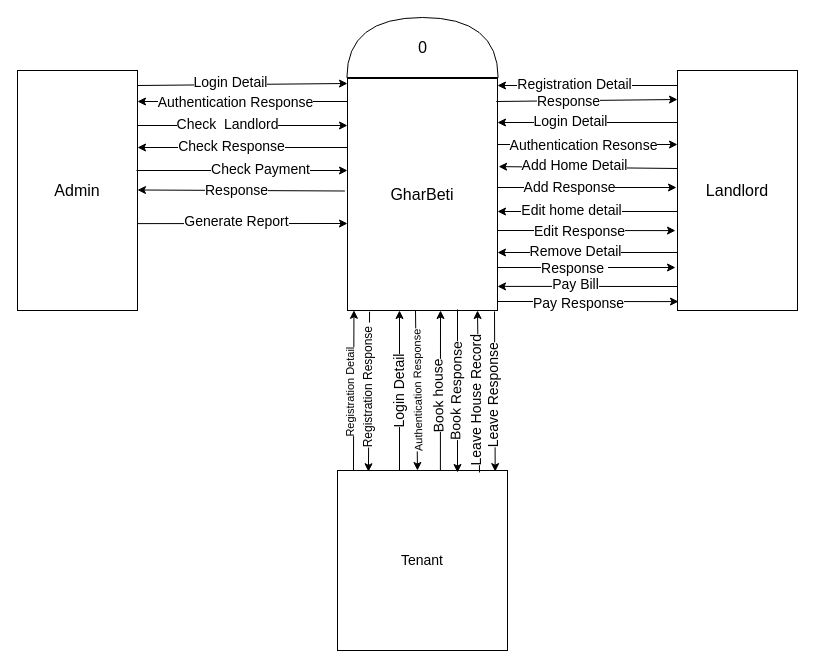
Earlier version of the draw.io diagram page "Context Diagram" (3 of 5) of GharBeti(Diagrams).drawio (Sbdpratik/gharbeti). Source tidied: cells renumbered, new cells numbered last; positions are measured from the earlier drawing's top-left corner, leaving out a move shared by most shapes. Both pictures are drawn from the tidied source at 100%, with x=0, y=0 at pixel (17, -29).
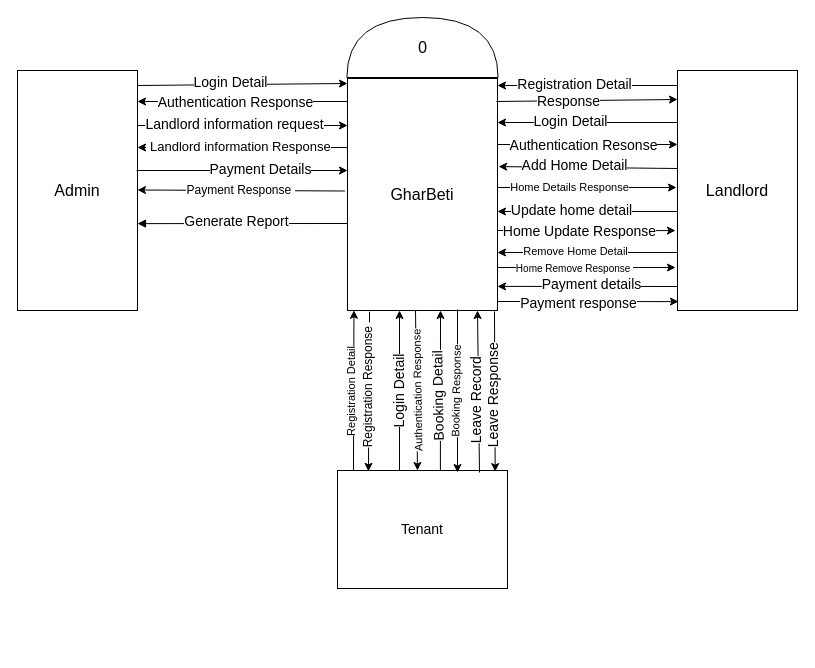
After the change.

The change refers to these unchanged cells:
```xml
<mxCell id="4" value="&lt;font size=&quot;3&quot;&gt;Admin&lt;/font&gt;" style="rounded=0;whiteSpace=wrap;html=1;" parent="1" vertex="1">
  <mxGeometry y="99" width="120" height="240" as="geometry" />
</mxCell>
<mxCell id="15" style="endArrow=classic;html=1;fontSize=12;exitX=0.992;exitY=0.404;exitDx=0;exitDy=0;exitPerimeter=0;" parent="1" edge="1">
  <mxGeometry relative="1" as="geometry">
    <mxPoint x="119" y="199" as="sourcePoint" />
    <mxPoint x="330" y="199" as="targetPoint" />
  </mxGeometry>
</mxCell>
<mxCell id="17" style="endArrow=classic;html=1;fontSize=12;" parent="1" edge="1">
  <mxGeometry relative="1" as="geometry">
    <mxPoint x="120" y="154" as="sourcePoint" />
    <mxPoint x="330" y="154" as="targetPoint" />
  </mxGeometry>
</mxCell>
<mxCell id="19" style="endArrow=classic;html=1;fontSize=12;entryX=1;entryY=0.3;entryDx=0;entryDy=0;entryPerimeter=0;" parent="1" edge="1">
  <mxGeometry relative="1" as="geometry">
    <mxPoint x="330" y="176" as="sourcePoint" />
    <mxPoint x="120" y="176" as="targetPoint" />
  </mxGeometry>
</mxCell>
<mxCell id="22" style="endArrow=classic;html=1;fontSize=12;entryX=-0.008;entryY=0.421;entryDx=0;entryDy=0;entryPerimeter=0;" parent="1" edge="1">
  <mxGeometry relative="1" as="geometry">
    <mxPoint x="480" y="216" as="sourcePoint" />
    <mxPoint x="659" y="216" as="targetPoint" />
  </mxGeometry>
</mxCell>
<mxCell id="34" style="endArrow=classic;html=1;fontSize=12;entryX=0.992;entryY=0.909;entryDx=0;entryDy=0;entryPerimeter=0;" parent="1" edge="1">
  <mxGeometry relative="1" as="geometry">
    <mxPoint x="660" y="315" as="sourcePoint" />
    <mxPoint x="480" y="314.9" as="targetPoint" />
  </mxGeometry>
</mxCell>
<mxCell id="37" style="endArrow=classic;html=1;fontSize=12;" parent="1" edge="1">
  <mxGeometry relative="1" as="geometry">
    <mxPoint x="660" y="281" as="sourcePoint" />
    <mxPoint x="480" y="281" as="targetPoint" />
  </mxGeometry>
</mxCell>
<mxCell id="40" style="endArrow=classic;html=1;fontSize=12;entryX=-0.017;entryY=0.617;entryDx=0;entryDy=0;entryPerimeter=0;" parent="1" edge="1">
  <mxGeometry relative="1" as="geometry">
    <mxPoint x="480" y="259" as="sourcePoint" />
    <mxPoint x="658" y="259.1" as="targetPoint" />
  </mxGeometry>
</mxCell>
<mxCell id="42" style="endArrow=classic;html=1;fontSize=12;" parent="1" edge="1">
  <mxGeometry relative="1" as="geometry">
    <mxPoint x="660" y="240" as="sourcePoint" />
    <mxPoint x="480" y="240" as="targetPoint" />
  </mxGeometry>
</mxCell>
<mxCell id="52" style="endArrow=classic;html=1;fontSize=12;entryX=0.008;entryY=0.942;entryDx=0;entryDy=0;entryPerimeter=0;" parent="1" edge="1">
  <mxGeometry relative="1" as="geometry">
    <mxPoint x="480" y="330" as="sourcePoint" />
    <mxPoint x="661" y="330.1" as="targetPoint" />
  </mxGeometry>
</mxCell>
<mxCell id="55" style="endArrow=classic;html=1;fontSize=12;exitX=0.836;exitY=0.011;exitDx=0;exitDy=0;exitPerimeter=0;" parent="1" edge="1">
  <mxGeometry relative="1" as="geometry">
    <mxPoint x="462" y="501" as="sourcePoint" />
    <mxPoint x="460" y="339" as="targetPoint" />
  </mxGeometry>
</mxCell>
<mxCell id="57" style="endArrow=classic;html=1;fontSize=12;entryX=0.636;entryY=0.011;entryDx=0;entryDy=0;entryPerimeter=0;" parent="1" edge="1">
  <mxGeometry relative="1" as="geometry">
    <mxPoint x="440" y="338" as="sourcePoint" />
    <mxPoint x="440" y="501" as="targetPoint" />
  </mxGeometry>
</mxCell>
<mxCell id="59" style="endArrow=classic;html=1;fontSize=12;exitX=0.571;exitY=0;exitDx=0;exitDy=0;exitPerimeter=0;" parent="1" edge="1">
  <mxGeometry relative="1" as="geometry">
    <mxPoint x="422.9" y="499" as="sourcePoint" />
    <mxPoint x="423" y="339" as="targetPoint" />
  </mxGeometry>
</mxCell>
```

Change to the diagram source:
```diff
@@
-    <mxCell id="9" style="endArrow=classic;html=1;fontSize=12;entryX=1;entryY=0.442;entryDx=0;entryDy=0;entryPerimeter=0;exitX=-0.017;exitY=0.427;exitDx=0;exitDy=0;exitPerimeter=0;" parent="1" edge="1">
+    <mxCell id="9" value="Payment Response&amp;nbsp;" style="endArrow=classic;html=1;fontSize=12;entryX=1;entryY=0.442;entryDx=0;entryDy=0;entryPerimeter=0;exitX=-0.017;exitY=0.427;exitDx=0;exitDy=0;exitPerimeter=0;" parent="1" edge="1">
       <mxGeometry relative="1" as="geometry">
         <mxPoint x="327.4" y="219.5" as="sourcePoint" />
         <mxPoint x="120" y="218.5" as="targetPoint" />
       </mxGeometry>
     </mxCell>
-    <mxCell id="10" value="&lt;font style=&quot;font-size: 14px&quot;&gt;Response&lt;/font&gt;" style="edgeLabel;html=1;align=center;verticalAlign=middle;fontSize=12;" parent="9" vertex="1">
-      <mxGeometry x="0.11" y="1" relative="1" as="geometry">
-        <mxPoint x="6" y="-1" as="offset" />
-      </mxGeometry>
-    </mxCell>
@@
-    <mxCell id="13" style="endArrow=classic;html=1;fontSize=12;entryX=1;entryY=0.638;entryDx=0;entryDy=0;entryPerimeter=0;exitX=1;exitY=0.638;exitDx=0;exitDy=0;exitPerimeter=0;" parent="1" edge="1" source="4">
+    <mxCell id="13" style="endArrow=none;html=1;fontSize=12;entryX=1;entryY=0.638;entryDx=0;entryDy=0;entryPerimeter=0;exitX=1;exitY=0.638;exitDx=0;exitDy=0;exitPerimeter=0;startArrow=block;startFill=1;endFill=0;" parent="1" edge="1" source="4">
       <mxGeometry relative="1" as="geometry">
         <mxPoint x="330" y="252" as="targetPoint" />
       </mxGeometry>
     </mxCell>
@@
-    <mxCell id="16" value="&lt;font style=&quot;font-size: 14px&quot;&gt;Check Payment&lt;/font&gt;" style="edgeLabel;html=1;align=center;verticalAlign=middle;fontSize=12;" parent="15" vertex="1">
+    <mxCell id="16" value="&lt;font style=&quot;font-size: 14px&quot;&gt;Payment Details&lt;/font&gt;" style="edgeLabel;html=1;align=center;verticalAlign=middle;fontSize=12;" parent="15" vertex="1">
       <mxGeometry x="0.17" y="3" relative="1" as="geometry">
         <mxPoint y="1" as="offset" />
       </mxGeometry>
     </mxCell>
@@
-    <mxCell id="18" value="&lt;font style=&quot;font-size: 14px&quot;&gt;Check&amp;nbsp; Landlord&lt;/font&gt;" style="edgeLabel;html=1;align=center;verticalAlign=middle;fontSize=12;" parent="17" vertex="1">
+    <mxCell id="18" value="&lt;font style=&quot;font-size: 14px&quot;&gt;Landlord information request&lt;/font&gt;" style="edgeLabel;html=1;align=center;verticalAlign=middle;fontSize=12;" parent="17" vertex="1">
       <mxGeometry x="-0.15" y="1" relative="1" as="geometry">
-        <mxPoint y="-1" as="offset" />
+        <mxPoint x="7" y="-1" as="offset" />
       </mxGeometry>
     </mxCell>
@@
-    <mxCell id="20" value="&lt;font style=&quot;font-size: 14px&quot;&gt;Check Response&lt;/font&gt;" style="edgeLabel;html=1;align=center;verticalAlign=middle;fontSize=12;" parent="19" vertex="1">
+    <mxCell id="20" value="&lt;font style=&quot;font-size: 13px;&quot;&gt;&amp;nbsp;Landlord information Response&lt;/font&gt;" style="edgeLabel;html=1;align=center;verticalAlign=middle;fontSize=13;" parent="19" vertex="1">
       <mxGeometry x="0.18" y="2" relative="1" as="geometry">
-        <mxPoint x="7" y="-4" as="offset" />
+        <mxPoint x="14" y="-4" as="offset" />
       </mxGeometry>
     </mxCell>
@@
-    <mxCell id="23" value="&lt;font style=&quot;font-size: 14px&quot;&gt;Add Response&lt;/font&gt;" style="edgeLabel;html=1;align=center;verticalAlign=middle;fontSize=12;" parent="22" vertex="1">
+    <mxCell id="23" value="&lt;font style=&quot;font-size: 11px;&quot;&gt;Home Details Response&lt;/font&gt;" style="edgeLabel;html=1;align=center;verticalAlign=middle;fontSize=12;" parent="22" vertex="1">
       <mxGeometry x="-0.31" relative="1" as="geometry">
         <mxPoint x="9" y="-1" as="offset" />
       </mxGeometry>
     </mxCell>
@@
-    <mxCell id="35" value="&lt;font style=&quot;font-size: 14px&quot;&gt;Pay Bill&lt;/font&gt;" style="edgeLabel;html=1;align=center;verticalAlign=middle;" parent="34" vertex="1">
+    <mxCell id="35" value="&lt;font style=&quot;font-size: 14px&quot;&gt;Payment details&lt;/font&gt;" style="edgeLabel;html=1;align=center;verticalAlign=middle;" parent="34" vertex="1">
       <mxGeometry x="0.13" y="1" relative="1" as="geometry">
-        <mxPoint y="-3" as="offset" />
+        <mxPoint x="16" y="-3" as="offset" />
       </mxGeometry>
     </mxCell>
@@
-    <mxCell id="38" value="&lt;font style=&quot;font-size: 14px&quot;&gt;Remove Detail&lt;/font&gt;" style="edgeLabel;html=1;align=center;verticalAlign=middle;" parent="37" vertex="1">
+    <mxCell id="38" value="&lt;font style=&quot;font-size: 11px;&quot;&gt;Remove Home Detail&lt;/font&gt;" style="edgeLabel;html=1;align=center;verticalAlign=middle;" parent="37" vertex="1">
       <mxGeometry x="0.15" y="-2" relative="1" as="geometry" />
     </mxCell>
-    <mxCell id="39" value="&lt;font style=&quot;font-size: 14px&quot;&gt;Response&amp;nbsp;&lt;/font&gt;" style="edgeLabel;html=1;align=center;verticalAlign=middle;" parent="37" vertex="1">
+    <mxCell id="39" value="&lt;font style=&quot;font-size: 10px;&quot;&gt;Home Remove Response&amp;nbsp;&lt;/font&gt;" style="edgeLabel;html=1;align=center;verticalAlign=middle;" parent="37" vertex="1">
       <mxGeometry x="0.2" y="5" relative="1" as="geometry">
         <mxPoint x="4" y="10" as="offset" />
       </mxGeometry>
     </mxCell>
@@
-    <mxCell id="41" value="&lt;font style=&quot;font-size: 14px&quot;&gt;Edit Response&lt;/font&gt;" style="edgeLabel;html=1;align=center;verticalAlign=middle;" parent="40" vertex="1">
+    <mxCell id="41" value="&lt;font style=&quot;font-size: 14px&quot;&gt;Home Update Response&lt;/font&gt;" style="edgeLabel;html=1;align=center;verticalAlign=middle;" parent="40" vertex="1">
       <mxGeometry x="-0.14" y="-1" relative="1" as="geometry">
         <mxPoint x="5" y="-1" as="offset" />
       </mxGeometry>
     </mxCell>
@@
-    <mxCell id="43" value="&lt;font style=&quot;font-size: 14px&quot;&gt;Edit home detail&lt;/font&gt;" style="edgeLabel;html=1;align=center;verticalAlign=middle;" parent="42" vertex="1">
+    <mxCell id="43" value="&lt;font style=&quot;font-size: 14px&quot;&gt;Update home detail&lt;/font&gt;" style="edgeLabel;html=1;align=center;verticalAlign=middle;" parent="42" vertex="1">
       <mxGeometry x="0.38" y="-1" relative="1" as="geometry">
         <mxPoint x="17" y="-1" as="offset" />
       </mxGeometry>
     </mxCell>
@@
-    <mxCell id="53" value="&lt;font style=&quot;font-size: 14px&quot;&gt;Pay Response&lt;/font&gt;" style="edgeLabel;html=1;align=center;verticalAlign=middle;" parent="52" vertex="1">
+    <mxCell id="53" value="&lt;font style=&quot;font-size: 14px&quot;&gt;Payment response&lt;/font&gt;" style="edgeLabel;html=1;align=center;verticalAlign=middle;" parent="52" vertex="1">
       <mxGeometry x="-0.11" y="-1" relative="1" as="geometry" />
     </mxCell>
     <mxCell id="54" value="&lt;font style=&quot;font-size: 14px&quot;&gt;Tenant&lt;/font&gt;" style="rounded=0;whiteSpace=wrap;html=1;" parent="1" vertex="1">
-      <mxGeometry x="320" y="499" width="170" height="180" as="geometry" />
+      <mxGeometry x="320" y="499" width="170" height="118" as="geometry" />
     </mxCell>
@@
-    <mxCell id="56" value="&lt;font style=&quot;font-size: 14px&quot;&gt;Leave House Record&lt;/font&gt;" style="edgeLabel;html=1;align=center;verticalAlign=middle;rotation=-90;" parent="55" vertex="1">
+    <mxCell id="56" value="&lt;font style=&quot;font-size: 14px&quot;&gt;Leave Record&lt;/font&gt;" style="edgeLabel;html=1;align=center;verticalAlign=middle;rotation=-90;" parent="55" vertex="1">
       <mxGeometry x="-0.2" y="-1" relative="1" as="geometry">
         <mxPoint x="-3" y="-6" as="offset" />
       </mxGeometry>
     </mxCell>
@@
-    <mxCell id="58" value="&lt;font style=&quot;font-size: 14px&quot;&gt;Book Response&lt;/font&gt;" style="edgeLabel;html=1;align=center;verticalAlign=middle;rotation=-89;" parent="57" vertex="1">
+    <mxCell id="58" value="&lt;font style=&quot;font-size: 11px;&quot;&gt;Booking Response&lt;/font&gt;" style="edgeLabel;html=1;align=center;verticalAlign=middle;rotation=-89;fontSize=11;" parent="57" vertex="1">
       <mxGeometry x="0.14" relative="1" as="geometry">
         <mxPoint x="-2" y="-10" as="offset" />
       </mxGeometry>
     </mxCell>
@@
-    <mxCell id="60" value="&lt;span style=&quot;font-size: 14px&quot;&gt;Book house&lt;/span&gt;" style="edgeLabel;html=1;align=center;verticalAlign=middle;rotation=-91;" parent="59" vertex="1">
+    <mxCell id="60" value="&lt;span style=&quot;font-size: 14px&quot;&gt;Booking Detail&lt;br&gt;&lt;/span&gt;" style="edgeLabel;html=1;align=center;verticalAlign=middle;rotation=-91;" parent="59" vertex="1">
       <mxGeometry x="-0.16" relative="1" as="geometry">
         <mxPoint x="-2" y="-7" as="offset" />
       </mxGeometry>
     </mxCell>
```
